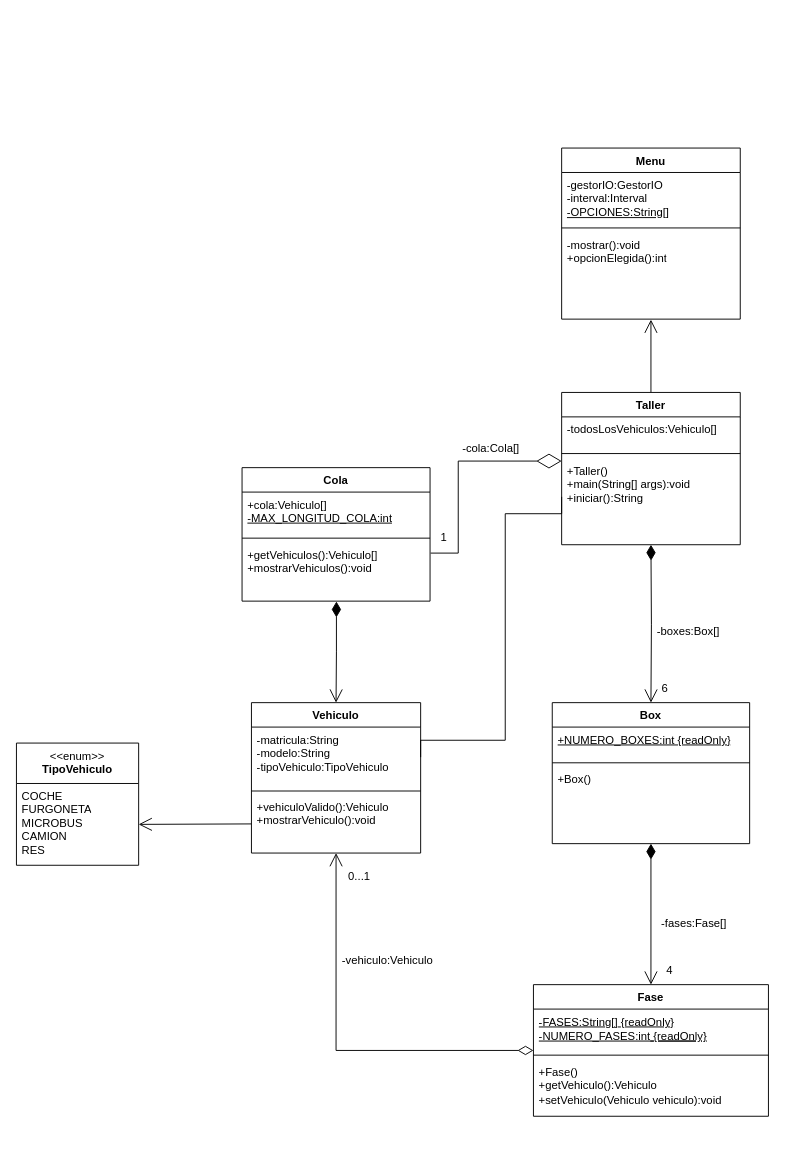
This is programacion/UD7 - Introducción a la Programación Orientada a Objetos/U7Activitat3ARS/U7Activitat3ARS.drawio from albertorekena/daw-repo, a draw.io file, before an edit. Source tidied: cells renumbered, new cells numbered last; positions are measured from the earlier drawing's top-left corner, leaving out a move shared by most shapes. Both pictures are drawn from the tidied source at 94%, with x=0, y=0 at pixel (16, 148).
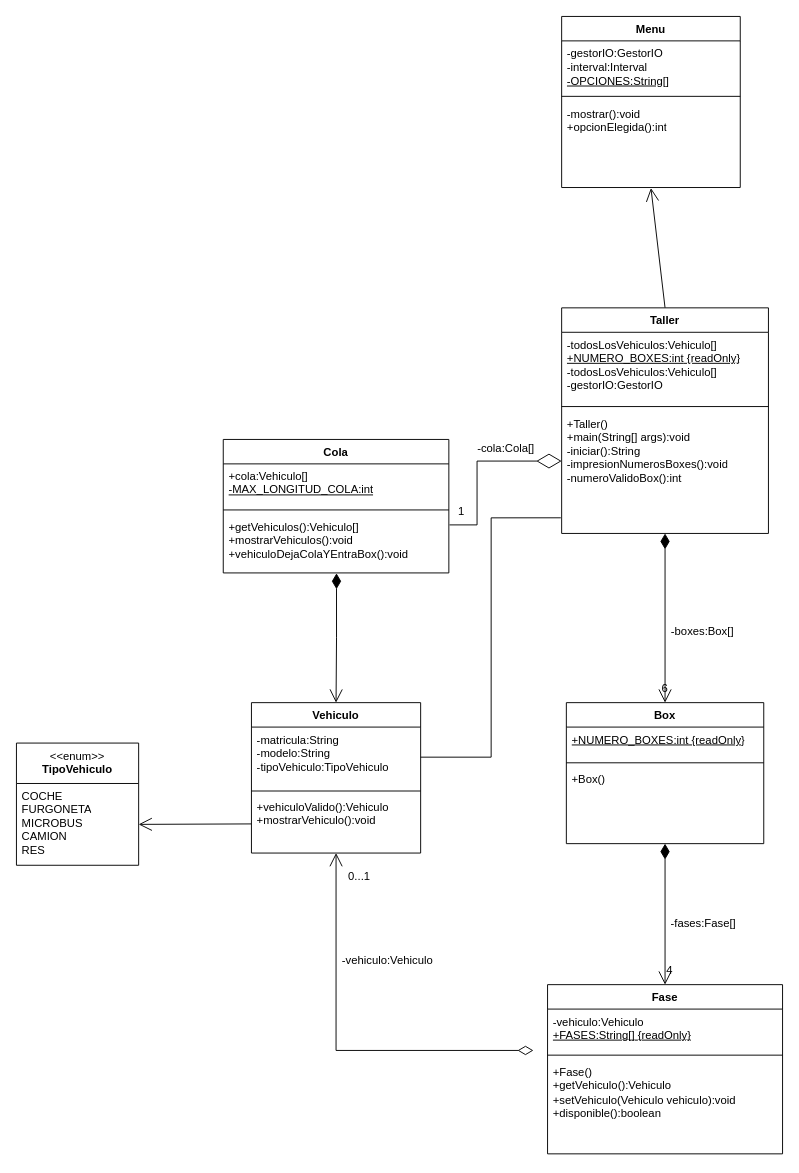
Above is the later version.

The change refers to these unchanged cells:
```xml
<mxCell id="18" value="-matricula:String&lt;br&gt;-modelo:String&lt;br&gt;-tipoVehiculo:TipoVehiculo" style="text;strokeColor=none;fillColor=none;align=left;verticalAlign=top;spacingLeft=4;spacingRight=4;overflow=hidden;points=[[0,0.5],[1,0.5]];portConstraint=eastwest;whiteSpace=wrap;html=1;" parent="17" vertex="1">
  <mxGeometry y="26" width="180" height="64" as="geometry" />
</mxCell>
```

Diff of the diagram source:
```diff
@@
     <mxCell id="4" value="Fase" style="swimlane;fontStyle=1;align=center;verticalAlign=top;horizontal=1;startSize=26;whiteSpace=wrap;html=1;" parent="1" vertex="1">
-      <mxGeometry x="550" y="890" width="250" height="140" as="geometry" />
+      <mxGeometry x="565" y="890" width="250" height="180" as="geometry" />
     </mxCell>
-    <mxCell id="5" value="&lt;span style=&quot;border-color: var(--border-color);&quot;&gt;&lt;u style=&quot;&quot;&gt;&lt;font face=&quot;Helvetica&quot;&gt;-FASES:String[]&lt;/font&gt;&lt;/u&gt;&lt;/span&gt;&lt;u style=&quot;border-color: var(--border-color);&quot;&gt;&lt;code style=&quot;border-color: var(--border-color);&quot;&gt;&lt;font face=&quot;bYV2tNlRSzrgiPoBlCbC&quot;&gt;&amp;nbsp;&lt;/font&gt;&lt;font face=&quot;Helvetica&quot;&gt;{readOnly}&lt;/font&gt;&lt;br&gt;&lt;font face=&quot;Helvetica&quot;&gt;-NUMERO_FASES:int&lt;/font&gt;&lt;u style=&quot;border-color: var(--border-color);&quot;&gt;&lt;font face=&quot;Helvetica&quot;&gt;&amp;nbsp;&lt;/font&gt;&lt;code style=&quot;border-color: var(--border-color);&quot;&gt;&lt;font face=&quot;Helvetica&quot;&gt;{readOnly}&lt;/font&gt;&lt;/code&gt;&lt;/u&gt;&lt;br&gt;&lt;/code&gt;&lt;/u&gt;" style="text;strokeColor=none;fillColor=none;align=left;verticalAlign=top;spacingLeft=4;spacingRight=4;overflow=hidden;whiteSpace=wrap;html=1;" parent="4" vertex="1">
+    <mxCell id="5" value="&lt;span style=&quot;border-color: var(--border-color);&quot;&gt;&lt;font style=&quot;&quot; face=&quot;Helvetica&quot;&gt;-vehiculo:Vehiculo&lt;br&gt;&lt;u&gt;+FASES:String[]&lt;/u&gt;&lt;/font&gt;&lt;/span&gt;&lt;u style=&quot;border-color: var(--border-color);&quot;&gt;&lt;code style=&quot;border-color: var(--border-color);&quot;&gt;&lt;font face=&quot;bYV2tNlRSzrgiPoBlCbC&quot;&gt;&amp;nbsp;&lt;/font&gt;&lt;font face=&quot;Helvetica&quot;&gt;{readOnly}&lt;/font&gt;&lt;br&gt;&lt;/code&gt;&lt;/u&gt;" style="text;strokeColor=none;fillColor=none;align=left;verticalAlign=top;spacingLeft=4;spacingRight=4;overflow=hidden;whiteSpace=wrap;html=1;" parent="4" vertex="1">
       <mxGeometry y="26" width="250" height="44" as="geometry" />
     </mxCell>
@@
-    <mxCell id="7" value="+Fase()&lt;br&gt;+getVehiculo():Vehiculo&lt;br&gt;+setVehiculo(Vehiculo vehiculo):void" style="text;strokeColor=none;fillColor=none;align=left;verticalAlign=top;spacingLeft=4;spacingRight=4;overflow=hidden;whiteSpace=wrap;html=1;" parent="4" vertex="1">
-      <mxGeometry y="80" width="250" height="60" as="geometry" />
+    <mxCell id="7" value="+Fase()&lt;br&gt;+getVehiculo():Vehiculo&lt;br&gt;+setVehiculo(Vehiculo vehiculo):void&lt;br&gt;+disponible():boolean" style="text;strokeColor=none;fillColor=none;align=left;verticalAlign=top;spacingLeft=4;spacingRight=4;overflow=hidden;whiteSpace=wrap;html=1;" parent="4" vertex="1">
+      <mxGeometry y="80" width="250" height="100" as="geometry" />
     </mxCell>
@@
     <mxCell id="9" value="Cola" style="swimlane;fontStyle=1;align=center;verticalAlign=top;horizontal=1;startSize=26;whiteSpace=wrap;html=1;" parent="1" vertex="1">
-      <mxGeometry x="240" y="340" width="200" height="142" as="geometry" />
+      <mxGeometry x="220" y="310" width="240" height="142" as="geometry" />
     </mxCell>
     <mxCell id="10" value="+cola:Vehiculo[]&lt;u&gt;&lt;br&gt;-MAX_LONGITUD_COLA:int&lt;/u&gt;" style="text;strokeColor=none;fillColor=none;align=left;verticalAlign=top;spacingLeft=4;spacingRight=4;overflow=hidden;whiteSpace=wrap;html=1;" parent="9" vertex="1">
-      <mxGeometry y="26" width="200" height="44" as="geometry" />
+      <mxGeometry y="26" width="240" height="44" as="geometry" />
     </mxCell>
     <mxCell id="11" style="line;strokeWidth=1;fillColor=none;align=left;verticalAlign=middle;spacingTop=-1;spacingLeft=3;spacingRight=3;labelPosition=right;strokeColor=inherit;" parent="9" vertex="1">
-      <mxGeometry y="70" width="200" height="10" as="geometry" />
+      <mxGeometry y="70" width="240" height="10" as="geometry" />
     </mxCell>
-    <mxCell id="12" value="+getVehiculos():Vehiculo[]&lt;br&gt;+mostrarVehiculos():void" style="text;strokeColor=none;fillColor=none;align=left;verticalAlign=top;spacingLeft=4;spacingRight=4;overflow=hidden;points=[[0,0.5],[1,0.5]];portConstraint=eastwest;whiteSpace=wrap;html=1;" parent="9" vertex="1">
-      <mxGeometry y="80" width="200" height="62" as="geometry" />
+    <mxCell id="12" value="+getVehiculos():Vehiculo[]&lt;br&gt;+mostrarVehiculos():void&lt;br&gt;+vehiculoDejaColaYEntraBox():void" style="text;strokeColor=none;fillColor=none;align=left;verticalAlign=top;spacingLeft=4;spacingRight=4;overflow=hidden;points=[[0,0.5],[1,0.5]];portConstraint=eastwest;whiteSpace=wrap;html=1;" parent="9" vertex="1">
+      <mxGeometry y="80" width="240" height="62" as="geometry" />
     </mxCell>
     <mxCell id="13" value="Box" style="swimlane;fontStyle=1;align=center;verticalAlign=top;horizontal=1;startSize=26;whiteSpace=wrap;html=1;" parent="1" vertex="1">
-      <mxGeometry x="570" y="590" width="210" height="150" as="geometry" />
+      <mxGeometry x="585" y="590" width="210" height="150" as="geometry" />
     </mxCell>
@@
-    <mxCell id="22" style="endArrow=open;html=1;endSize=12;startArrow=diamondThin;startSize=14;startFill=1;edgeStyle=orthogonalEdgeStyle;align=left;verticalAlign=bottom;rounded=0;entryX=0.5;entryY=0;entryDx=0;entryDy=0;exitX=0.5;exitY=1;exitDx=0;exitDy=0;exitPerimeter=0;" parent="1" edge="1" target="13">
-      <mxGeometry x="-1" y="3" relative="1" as="geometry">
-        <mxPoint x="675" y="422" as="sourcePoint" />
-      </mxGeometry>
+    <mxCell id="22" style="endArrow=open;html=1;endSize=12;startArrow=diamondThin;startSize=14;startFill=1;edgeStyle=orthogonalEdgeStyle;align=left;verticalAlign=bottom;rounded=0;entryX=0.5;entryY=0;entryDx=0;entryDy=0;exitX=0.5;exitY=1;exitDx=0;exitDy=0;exitPerimeter=0;" parent="1" edge="1" source="42" target="13">
+      <mxGeometry x="-1" y="3" relative="1" as="geometry" />
     </mxCell>
@@
     <mxCell id="25" value="-boxes:Box[]" style="text;html=1;strokeColor=none;fillColor=none;align=center;verticalAlign=middle;whiteSpace=wrap;rounded=0;" parent="1" vertex="1">
-      <mxGeometry x="680" y="500" width="70" height="30" as="geometry" />
+      <mxGeometry x="695" y="500" width="70" height="30" as="geometry" />
     </mxCell>
@@
     <mxCell id="29" value="-fases:Fase[]" style="text;html=1;strokeColor=none;fillColor=none;align=center;verticalAlign=middle;whiteSpace=wrap;rounded=0;" parent="1" vertex="1">
-      <mxGeometry x="678" y="810" width="86" height="30" as="geometry" />
+      <mxGeometry x="688" y="810" width="86" height="30" as="geometry" />
     </mxCell>
@@
     <mxCell id="31" value="Menu" style="swimlane;fontStyle=1;align=center;verticalAlign=top;horizontal=1;startSize=26;whiteSpace=wrap;html=1;" parent="1" vertex="1">
-      <mxGeometry x="580" width="190" height="182" as="geometry" />
+      <mxGeometry x="580" y="-140" width="190" height="182" as="geometry" />
     </mxCell>
@@
-    <mxCell id="36" style="edgeStyle=orthogonalEdgeStyle;rounded=0;jettySize=auto;html=1;exitX=0;exitY=0.5;exitDx=0;exitDy=0;entryX=1;entryY=0.5;entryDx=0;entryDy=0;endArrow=none;endFill=0;" parent="1" edge="1" target="18">
-      <mxGeometry relative="1" as="geometry">
-        <mxPoint x="580" y="371" as="sourcePoint" />
-        <Array as="points">
-          <mxPoint x="520" y="389" />
-          <mxPoint x="520" y="630" />
-          <mxPoint x="430" y="630" />
-        </Array>
-      </mxGeometry>
-    </mxCell>
     <mxCell id="37" value="-cola:Cola[]" style="text;html=1;strokeColor=none;fillColor=none;align=center;verticalAlign=middle;whiteSpace=wrap;rounded=0;" parent="1" vertex="1">
-      <mxGeometry x="470" y="305" width="70" height="30" as="geometry" />
+      <mxGeometry x="486" y="305" width="70" height="30" as="geometry" />
     </mxCell>
     <mxCell id="38" value="1" style="text;html=1;strokeColor=none;fillColor=none;align=center;verticalAlign=middle;whiteSpace=wrap;rounded=0;" parent="1" vertex="1">
-      <mxGeometry x="445" y="400" width="20" height="30" as="geometry" />
+      <mxGeometry x="463" y="372" width="21" height="30" as="geometry" />
     </mxCell>
     <mxCell id="39" value="Taller" style="swimlane;fontStyle=1;align=center;verticalAlign=top;horizontal=1;startSize=26;whiteSpace=wrap;html=1;" parent="1" vertex="1">
-      <mxGeometry x="580" y="260" width="190" height="162" as="geometry" />
+      <mxGeometry x="580" y="170" width="220" height="240" as="geometry" />
     </mxCell>
-    <mxCell id="40" value="-todosLosVehiculos:Vehiculo[]" style="text;strokeColor=none;fillColor=none;align=left;verticalAlign=top;spacingLeft=4;spacingRight=4;overflow=hidden;whiteSpace=wrap;html=1;" parent="39" vertex="1">
-      <mxGeometry y="26" width="190" height="34" as="geometry" />
+    <mxCell id="40" value="-todosLosVehiculos:Vehiculo[]&lt;br&gt;&lt;u&gt;+NUMERO_BOXES:int&lt;/u&gt;&lt;span style=&quot;border-color: var(--border-color);&quot;&gt;&lt;u&gt;&amp;nbsp;{readOnly}&lt;/u&gt;&lt;br&gt;-todosLosVehiculos:Vehiculo[]&lt;br&gt;-gestorIO:GestorIO&lt;br&gt;&lt;/span&gt;" style="text;strokeColor=none;fillColor=none;align=left;verticalAlign=top;spacingLeft=4;spacingRight=4;overflow=hidden;whiteSpace=wrap;html=1;" parent="39" vertex="1">
+      <mxGeometry y="26" width="220" height="74" as="geometry" />
     </mxCell>
     <mxCell id="41" style="line;strokeWidth=1;fillColor=none;align=left;verticalAlign=middle;spacingTop=-1;spacingLeft=3;spacingRight=3;labelPosition=right;strokeColor=inherit;" parent="39" vertex="1">
-      <mxGeometry y="60" width="190" height="10" as="geometry" />
+      <mxGeometry y="100" width="220" height="10" as="geometry" />
     </mxCell>
-    <mxCell id="42" value="+Taller()&lt;br style=&quot;border-color: var(--border-color);&quot;&gt;+main(String[] args):void&lt;br style=&quot;border-color: var(--border-color);&quot;&gt;+iniciar():String" style="text;strokeColor=none;fillColor=none;align=left;verticalAlign=top;spacingLeft=4;spacingRight=4;overflow=hidden;points=[[0,0.5],[1,0.5]];portConstraint=eastwest;whiteSpace=wrap;html=1;" parent="39" vertex="1">
-      <mxGeometry y="70" width="190" height="92" as="geometry" />
+    <mxCell id="42" value="+Taller()&lt;br style=&quot;border-color: var(--border-color);&quot;&gt;+main(String[] args):void&lt;br style=&quot;border-color: var(--border-color);&quot;&gt;-iniciar():String&lt;br&gt;-impresionNumerosBoxes():void&lt;br&gt;-numeroValidoBox():int" style="text;strokeColor=none;fillColor=none;align=left;verticalAlign=top;spacingLeft=4;spacingRight=4;overflow=hidden;points=[[0,0.5],[1,0.5]];portConstraint=eastwest;whiteSpace=wrap;html=1;" parent="39" vertex="1">
+      <mxGeometry y="110" width="220" height="130" as="geometry" />
     </mxCell>
     <mxCell id="43" style="endArrow=diamondThin;endFill=0;endSize=24;html=1;rounded=0;edgeStyle=orthogonalEdgeStyle;exitX=1.003;exitY=0.176;exitDx=0;exitDy=0;exitPerimeter=0;" parent="1" edge="1" source="12" target="42">
       <mxGeometry relative="1" as="geometry">
         <Array as="points">
-          <mxPoint x="470" y="431" />
-          <mxPoint x="470" y="333" />
+          <mxPoint x="490" y="401" />
+          <mxPoint x="490" y="333" />
         </Array>
       </mxGeometry>
     </mxCell>
+    <mxCell id="44" style="edgeStyle=orthogonalEdgeStyle;rounded=0;jettySize=auto;html=1;exitX=1;exitY=0.5;exitDx=0;exitDy=0;entryX=-0.004;entryY=0.872;entryDx=0;entryDy=0;entryPerimeter=0;endArrow=none;endFill=0;" parent="1" edge="1" source="18" target="42">
+      <mxGeometry relative="1" as="geometry" />
+    </mxCell>
```
